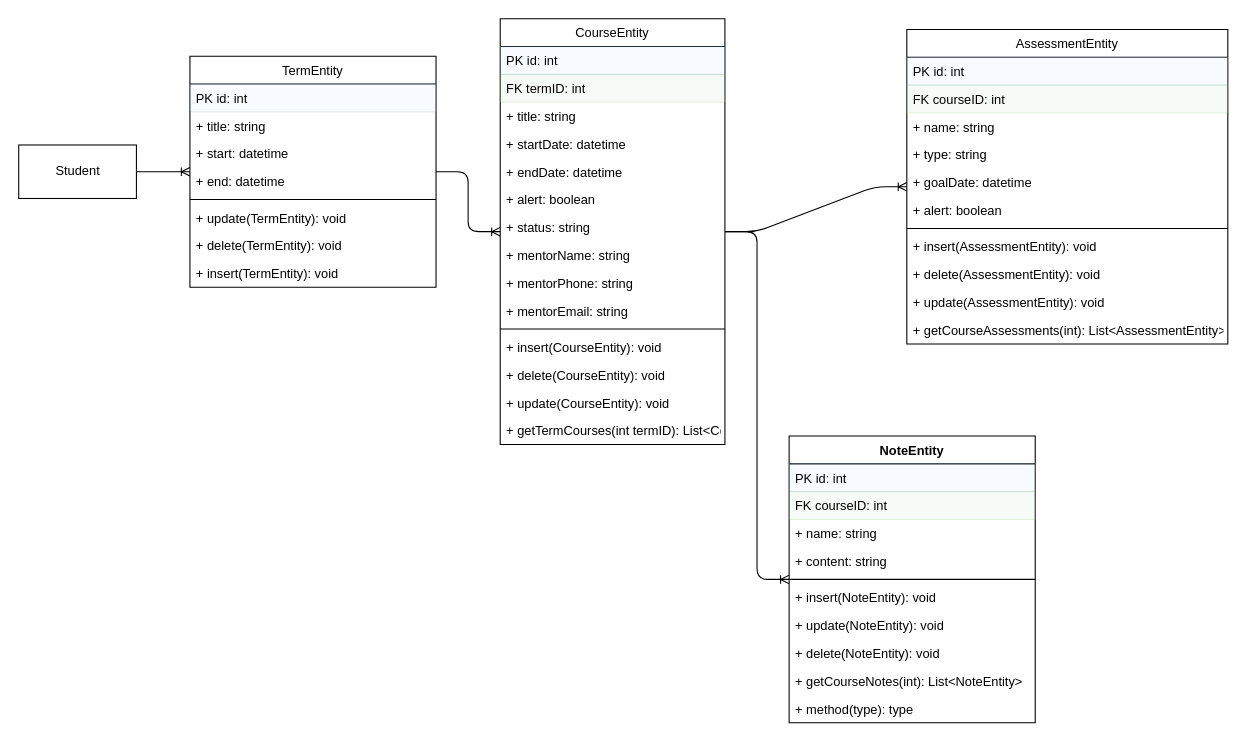
The draw.io diagram page "Database" (1 of 2) of extras/C196.drawio in tyler71/C196, before the edit. Source tidied: cells renumbered, new cells numbered last; positions are measured from the earlier drawing's top-left corner, leaving out a move shared by most shapes. Both pictures are drawn from the tidied source at 107%, with x=0, y=0 at pixel (18, 18).
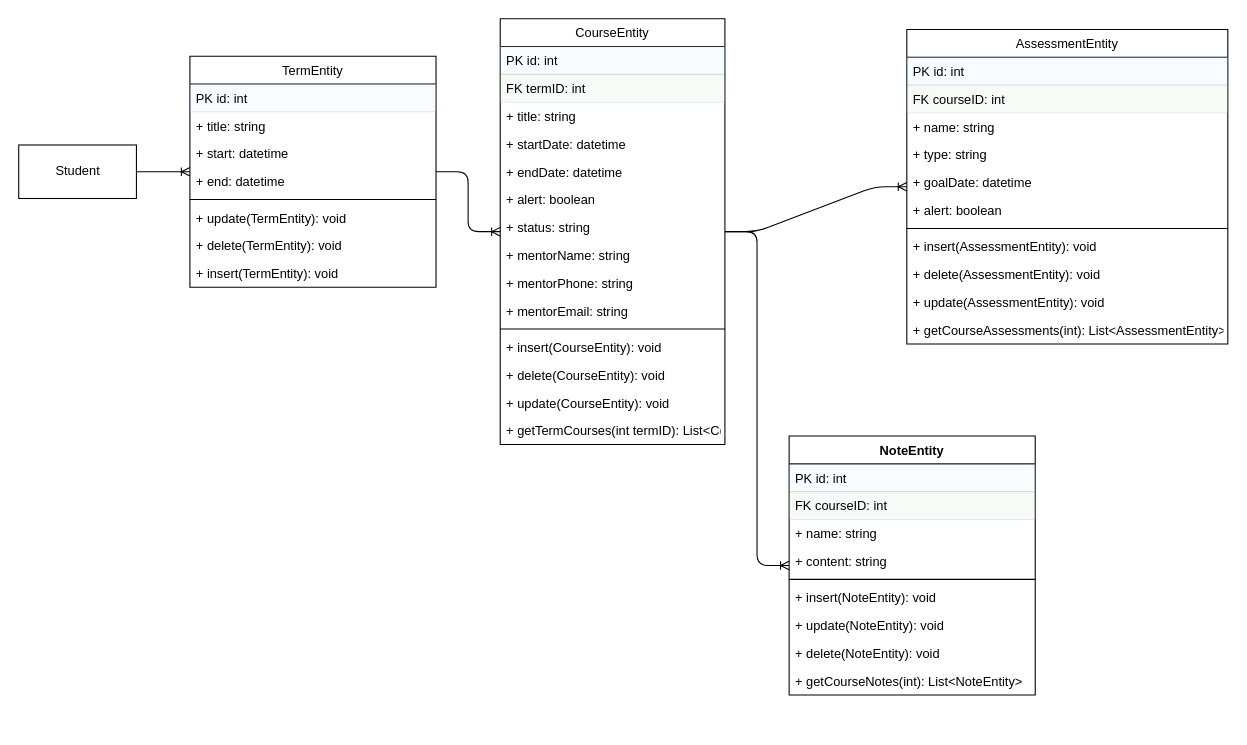
After the change.

Diff of the diagram source:
```diff
@@
     <mxCell id="44" value="NoteEntity" style="swimlane;fontStyle=1;align=center;verticalAlign=top;horizontal=1;startSize=26;" parent="1" vertex="1">
-      <mxGeometry x="720" y="390" width="230" height="268" as="geometry" />
+      <mxGeometry x="720" y="390" width="230" height="242" as="geometry" />
     </mxCell>
@@
-    <mxCell id="54" value="+ method(type): type" style="text;strokeColor=none;fillColor=none;align=left;verticalAlign=top;spacingLeft=4;spacingRight=4;overflow=hidden;" parent="44" vertex="1">
-      <mxGeometry y="242" width="230" height="26" as="geometry" />
-    </mxCell>
```
